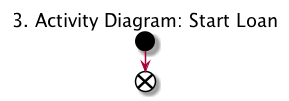
Above: diagrams/out/3. Activity - Start Loan/3. Activity Diagram  Start Loan.png in snarkdotart/snarkcontract (PlantUML), before the change. The source it was exported from:
```plantuml
@startuml
title 3. Activity Diagram: Start Loan
start


end
@enduml
```
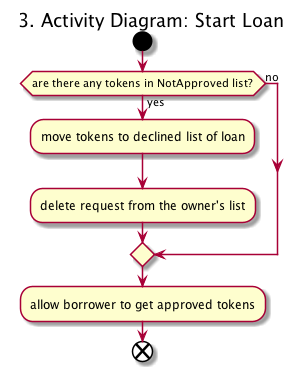
Above is the later version.

Diff of the diagram source:
```diff
@@ -2,6 +2,13 @@
 title 3. Activity Diagram: Start Loan
 start
 
+if (are there any tokens in NotApproved list?) then (yes)
+  :move tokens to declined list of loan;
+  :delete request from the owner's list;
+else (no)
+endif
+
+:allow borrower to get approved tokens;
 
 end
 @enduml
```
